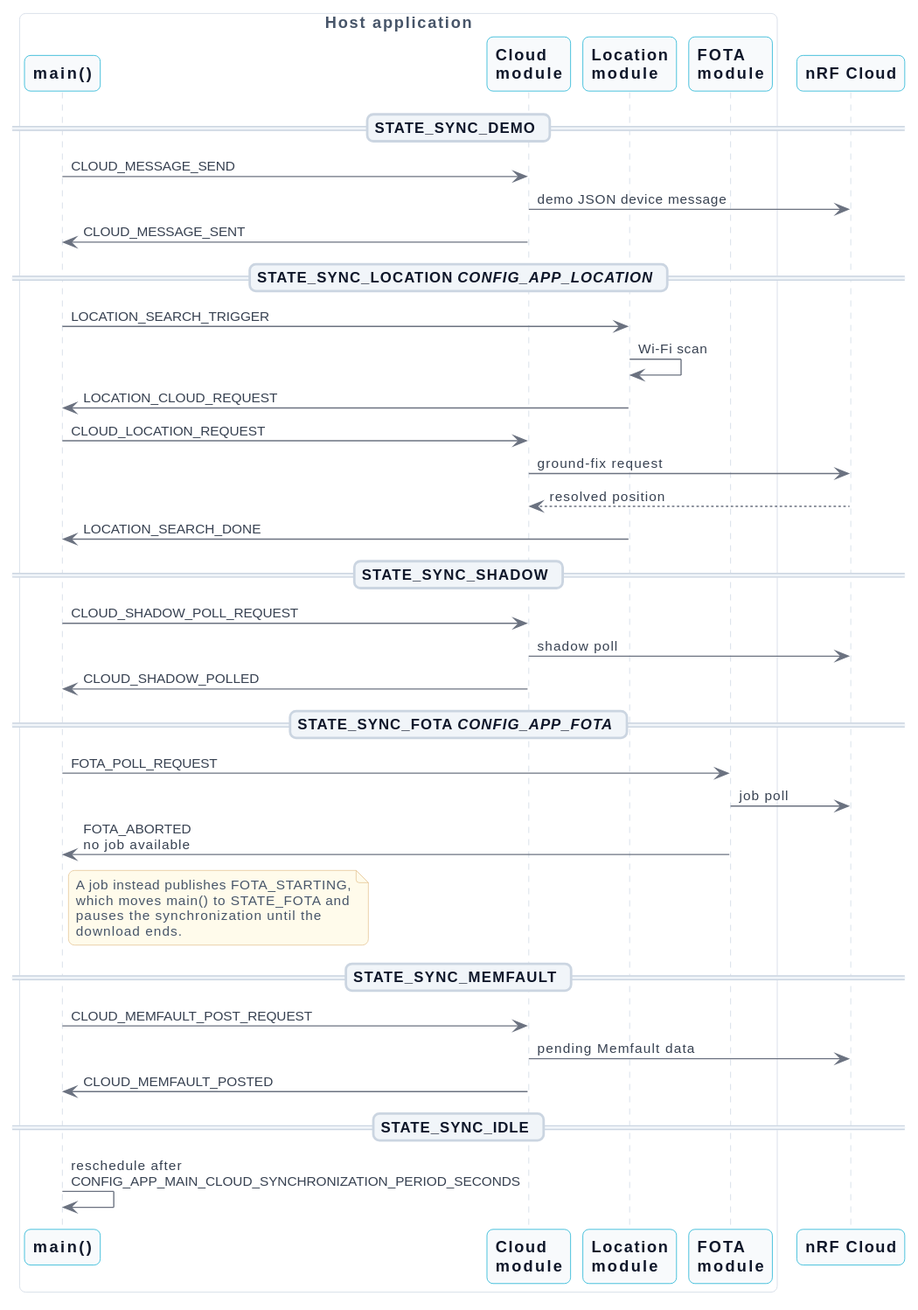
Above: docs/applications/91m1_ppp/diagrams/cloud-sync.svg in divipillai/ncs-serial-modem-host-applications (PlantUML), before the change.
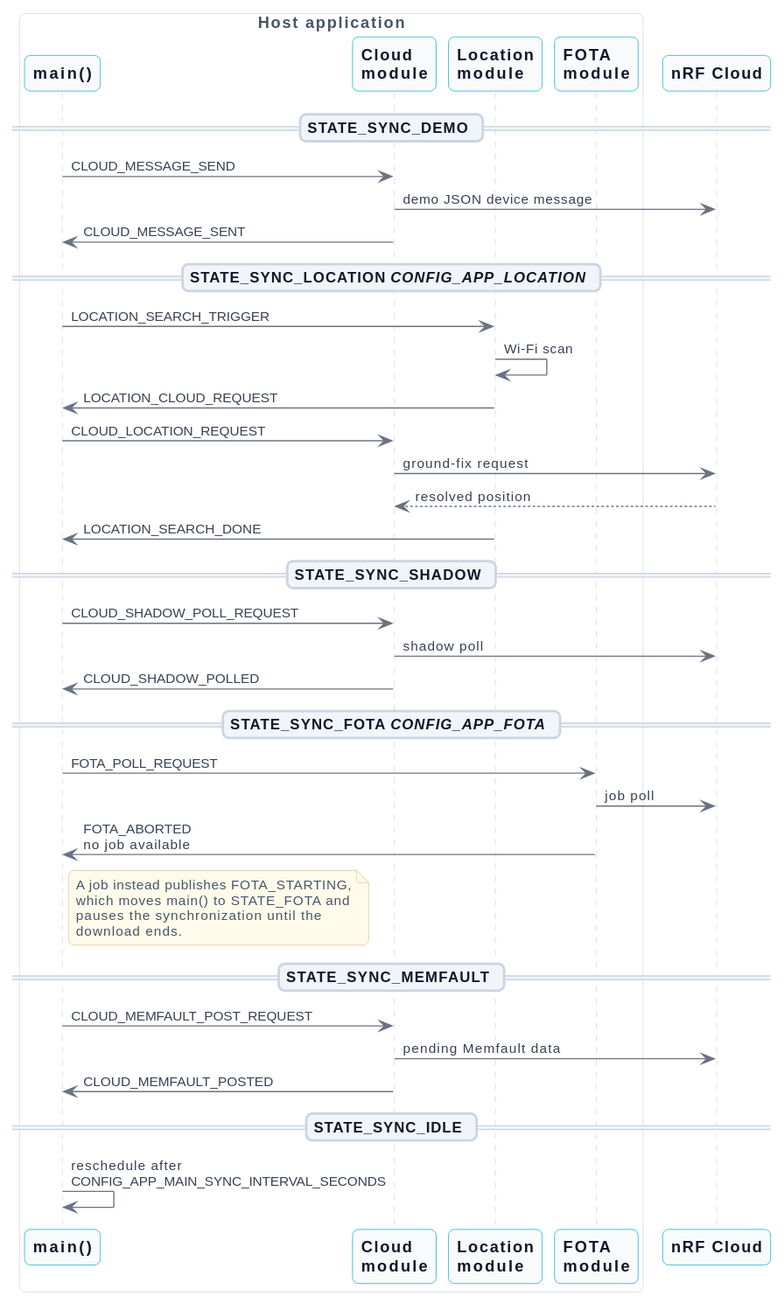
The same diagram one commit later.

Commit message:
refactor: applications: 91m1_ppp: rename cloud sync interval config

The edit, as a diff of the source:
```diff
@@ -134,5 +134,5 @@
 Cloud -> Main : CLOUD_MEMFAULT_POSTED
 
 == STATE_SYNC_IDLE ==
-Main -> Main : reschedule after\nCONFIG_APP_MAIN_CLOUD_SYNCHRONIZATION_PERIOD_SECONDS
+Main -> Main : reschedule after\nCONFIG_APP_MAIN_SYNC_INTERVAL_SECONDS
 @enduml
```
